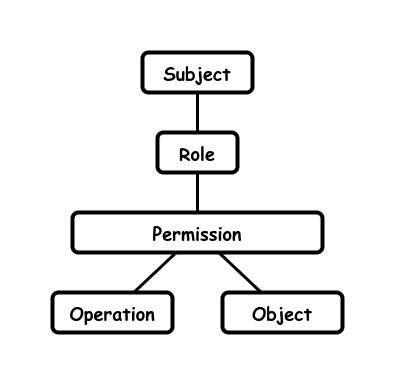
Earlier version of the draw.io export images/role-based-access-control.drawio.png (garfix/architectural-patterns). Source tidied: cells renumbered, new cells last; positions are measured from the earlier drawing's top-left corner, leaving out a move shared by most shapes.
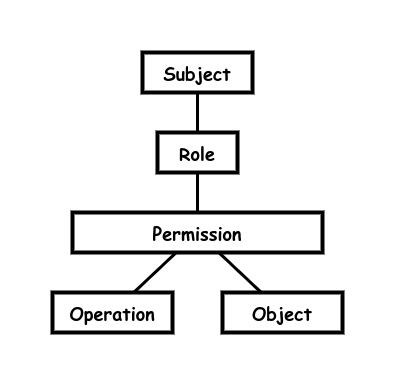
After the commit.

Change to the diagram source:
```diff
@@ -2,16 +2,16 @@
   <root>
     <mxCell id="0" />
     <mxCell id="1" parent="0" />
-    <mxCell id="2" value="&lt;b style=&quot;font-size: 18px;&quot;&gt;Subject&lt;br&gt;&lt;/b&gt;" style="rounded=1;whiteSpace=wrap;html=1;strokeWidth=4;fontFamily=Comic Sans MS;fontSize=18;" parent="1" vertex="1">
+    <mxCell id="2" value="&lt;b style=&quot;font-size: 18px;&quot;&gt;Subject&lt;br&gt;&lt;/b&gt;" style="rounded=0;whiteSpace=wrap;html=1;strokeWidth=4;fontFamily=Comic Sans MS;fontSize=18;" parent="1" vertex="1">
       <mxGeometry x="90" width="110" height="40" as="geometry" />
     </mxCell>
-    <mxCell id="3" value="&lt;b style=&quot;font-size: 18px;&quot;&gt;Role&lt;br&gt;&lt;/b&gt;" style="rounded=1;whiteSpace=wrap;html=1;strokeWidth=4;fontFamily=Comic Sans MS;fontSize=18;" parent="1" vertex="1">
+    <mxCell id="3" value="&lt;b style=&quot;font-size: 18px;&quot;&gt;Role&lt;br&gt;&lt;/b&gt;" style="rounded=0;whiteSpace=wrap;html=1;strokeWidth=4;fontFamily=Comic Sans MS;fontSize=18;" parent="1" vertex="1">
       <mxGeometry x="105" y="80" width="80" height="40" as="geometry" />
     </mxCell>
-    <mxCell id="4" value="&lt;b style=&quot;font-size: 18px;&quot;&gt;Permission&lt;br&gt;&lt;/b&gt;" style="rounded=1;whiteSpace=wrap;html=1;strokeWidth=4;fontFamily=Comic Sans MS;fontSize=18;" parent="1" vertex="1">
+    <mxCell id="4" value="&lt;b style=&quot;font-size: 18px;&quot;&gt;Permission&lt;br&gt;&lt;/b&gt;" style="rounded=0;whiteSpace=wrap;html=1;strokeWidth=4;fontFamily=Comic Sans MS;fontSize=18;" parent="1" vertex="1">
       <mxGeometry x="20" y="160" width="250" height="40" as="geometry" />
     </mxCell>
-    <mxCell id="5" value="&lt;b style=&quot;font-size: 18px;&quot;&gt;Operation&lt;br&gt;&lt;/b&gt;" style="rounded=1;whiteSpace=wrap;html=1;strokeWidth=4;fontFamily=Comic Sans MS;fontSize=18;" parent="1" vertex="1">
+    <mxCell id="5" value="&lt;b style=&quot;font-size: 18px;&quot;&gt;Operation&lt;br&gt;&lt;/b&gt;" style="rounded=0;whiteSpace=wrap;html=1;strokeWidth=4;fontFamily=Comic Sans MS;fontSize=18;" parent="1" vertex="1">
       <mxGeometry y="240" width="120" height="40" as="geometry" />
     </mxCell>
     <mxCell id="6" style="endArrow=none;html=1;rounded=0;strokeWidth=3;endFill=0;" parent="1" edge="1" source="2" target="3">
@@ -23,7 +23,7 @@
     <mxCell id="8" style="endArrow=none;html=1;rounded=0;strokeWidth=3;endFill=0;" parent="1" edge="1" source="4" target="5">
       <mxGeometry relative="1" as="geometry" />
     </mxCell>
-    <mxCell id="9" value="&lt;b style=&quot;font-size: 18px;&quot;&gt;Object&lt;br&gt;&lt;/b&gt;" style="rounded=1;whiteSpace=wrap;html=1;strokeWidth=4;fontFamily=Comic Sans MS;fontSize=18;" parent="1" vertex="1">
+    <mxCell id="9" value="&lt;b style=&quot;font-size: 18px;&quot;&gt;Object&lt;br&gt;&lt;/b&gt;" style="rounded=0;whiteSpace=wrap;html=1;strokeWidth=4;fontFamily=Comic Sans MS;fontSize=18;" parent="1" vertex="1">
       <mxGeometry x="170" y="240" width="120" height="40" as="geometry" />
     </mxCell>
     <mxCell id="10" style="endArrow=none;html=1;rounded=0;strokeWidth=3;endFill=0;" parent="1" edge="1" source="4" target="9">
```
